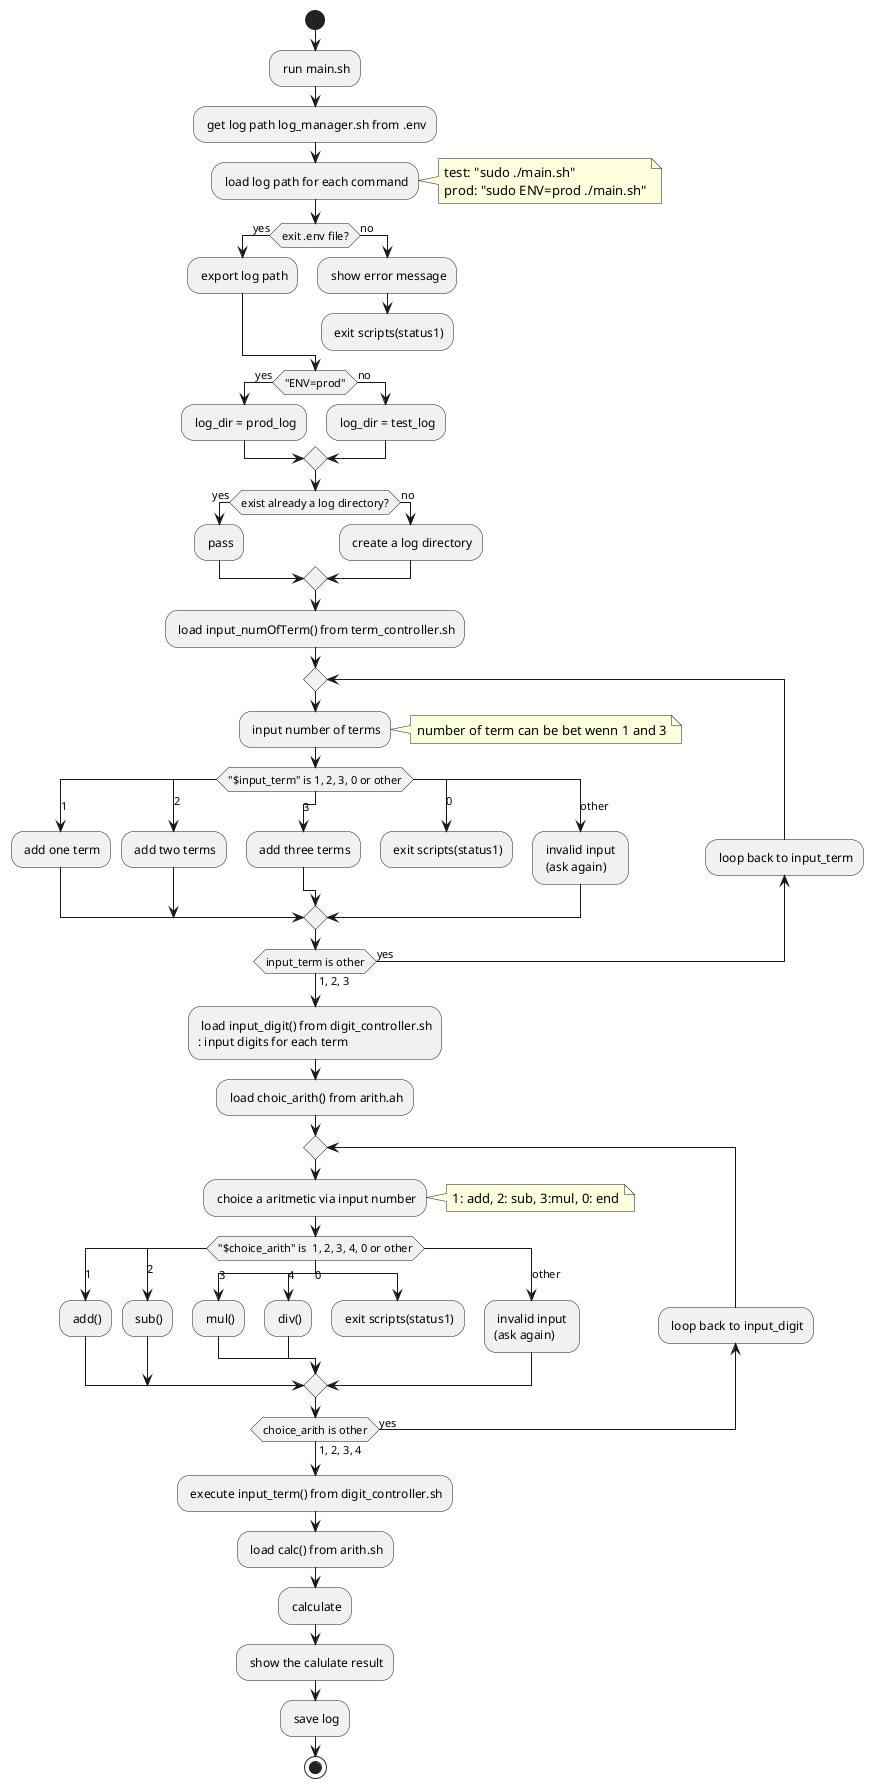
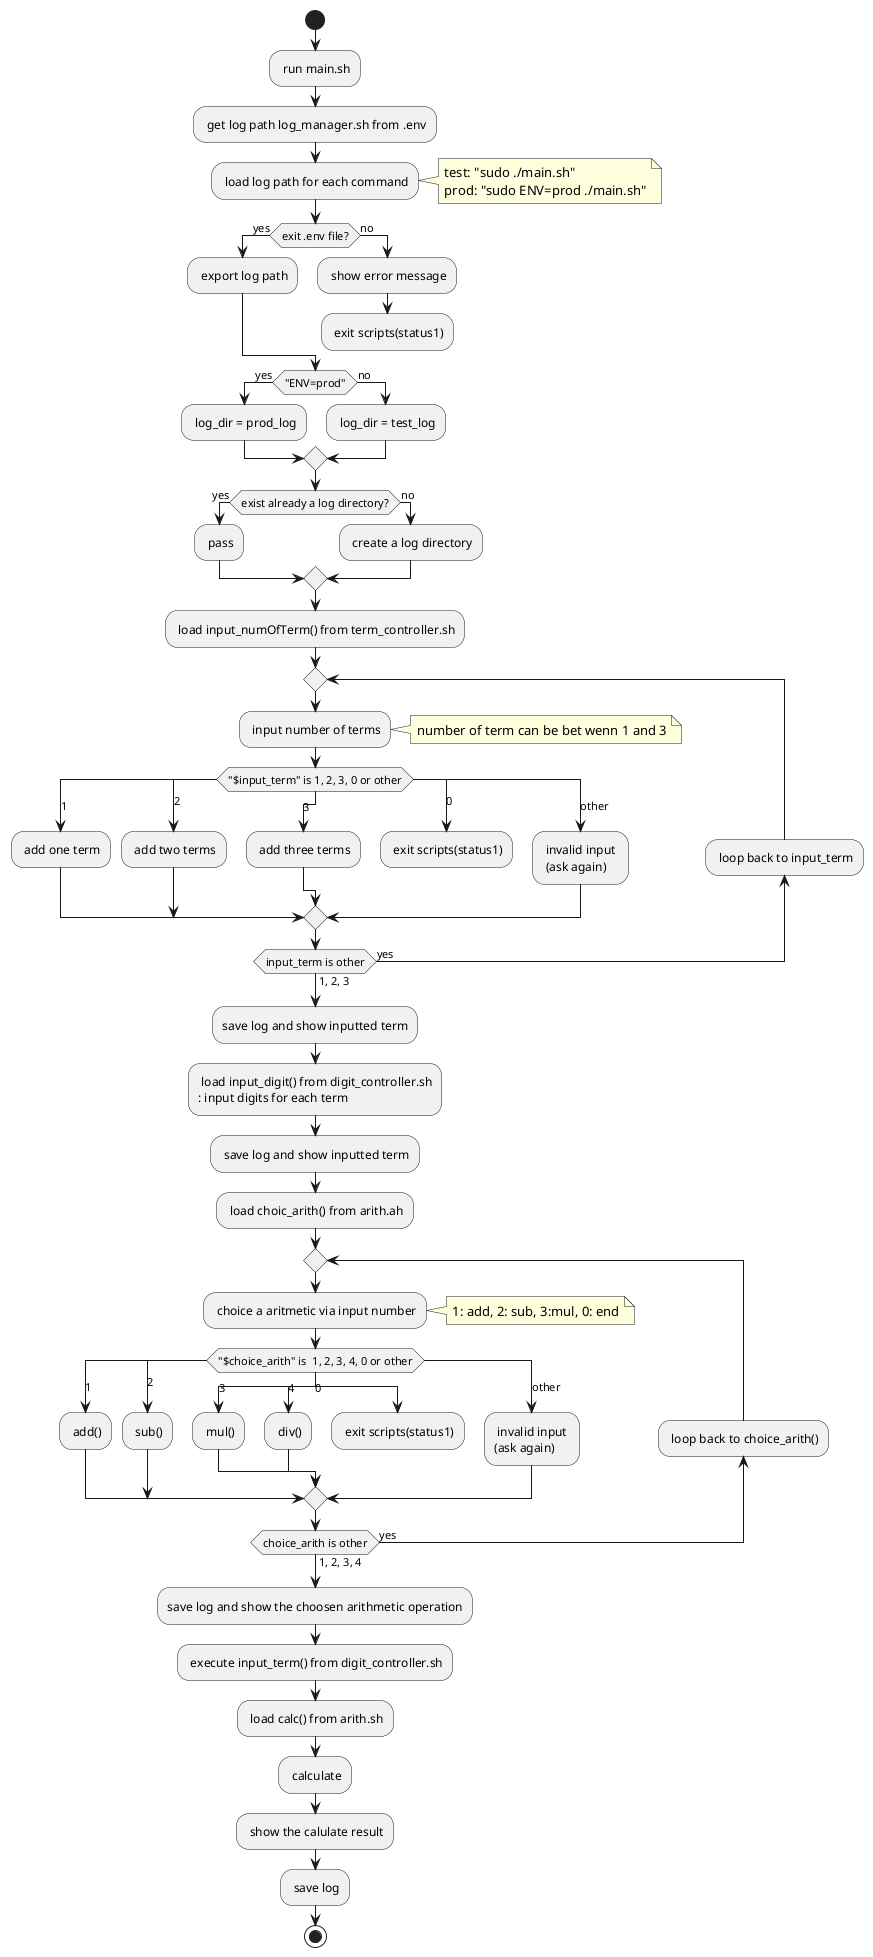
@startuml
start
: run main.sh;
: get log path log_manager.sh from .env;
: load log path for each command;
note right
	test: "sudo ./main.sh"
	prod: "sudo ENV=prod ./main.sh"
end note

if (exit .env file?) then (yes)
	: export log path;
else (no)
	: show error message;
	: exit scripts(status1);
	kill
endif

if ("ENV=prod") then (yes)
	: log_dir = prod_log;
else (no)
	: log_dir = test_log;
endif

if (exist already a log directory?) then (yes)
	: pass;
else (no)
	: create a log directory;
endif
: load input_numOfTerm() from term_controller.sh;


repeat
: input number of terms;
note right
number of term can be bet wenn 1 and 3
end note

switch("$input_term" is 1, 2, 3, 0 or other)
case(1)
	: add one term;
case(2)
	: add two terms;
case(3)
	: add three terms;
case(0)
	: exit scripts(status1);
	detach
case(other)
	: invalid input \n (ask again);
endswitch
backward: loop back to input_term;
repeat while(input_term is other) is (yes) not (1, 2, 3);
+ :save log and show inputted term;
+ 

: load input_digit() from digit_controller.sh
: input digits for each term;
+ : save log and show inputted term;

: load choic_arith() from arith.ah;
repeat
: choice a aritmetic via input number;
note right
1: add, 2: sub, 3:mul, 0: end
end note

switch ("$choice_arith" is  1, 2, 3, 4, 0 or other)
case (1)
	: add();
case (2)
	: sub();
case (3)
	: mul();
case (4)
	: div();
case (0)
	: exit scripts(status1);
	detach
case (other)
	: invalid input \n(ask again);
endswitch
- backward: loop back to input_digit;
+ backward: loop back to choice_arith();
repeat while(choice_arith is other) is (yes) not (1, 2, 3, 4);
+ :save log and show the choosen arithmetic operation;

: execute input_term() from digit_controller.sh;
: load calc() from arith.sh;
: calculate;
: show the calulate result;
: save log;
stop
@enduml

